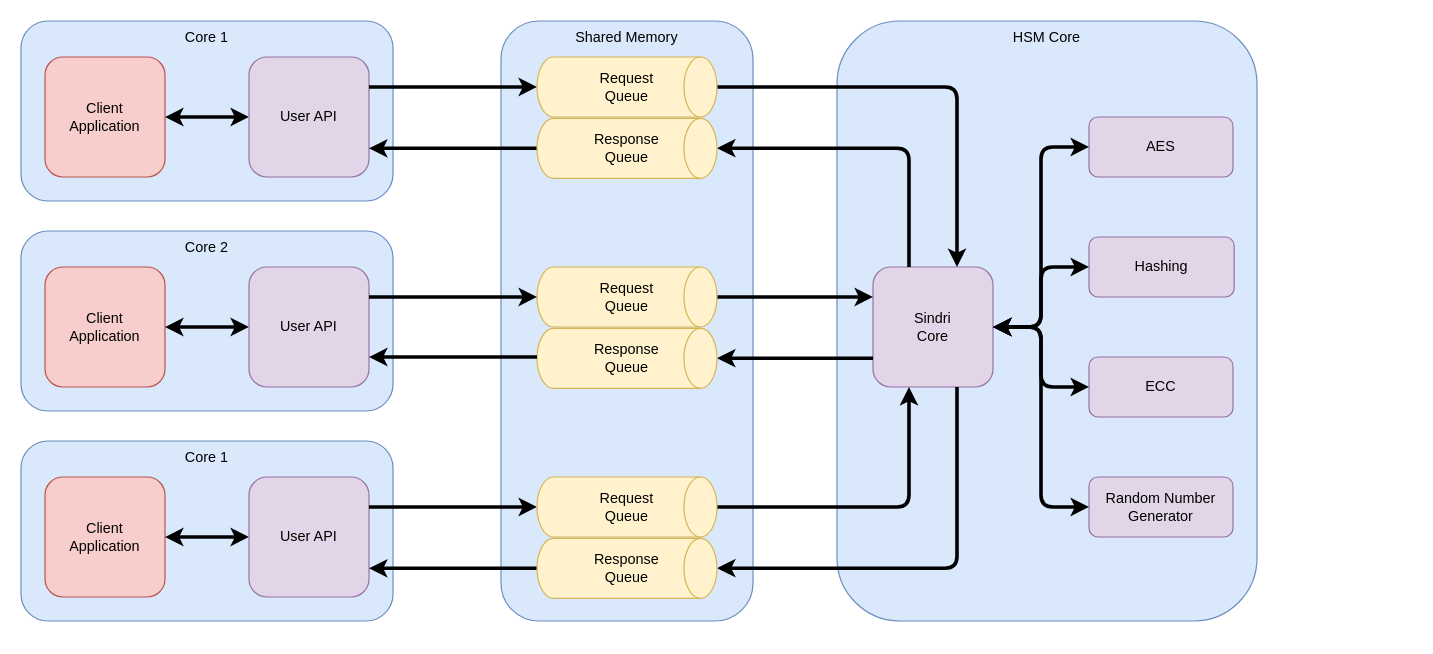
Before: doc/img/architecture.drawio in eclipse-heimlig/heimlig, a draw.io diagram. Source tidied: cells renumbered, new cells numbered last; positions are measured from the earlier drawing's top-left corner, leaving out a move shared by most shapes. Both pictures are drawn from the tidied source at 120%, with x=0, y=0 at pixel (20, 20).
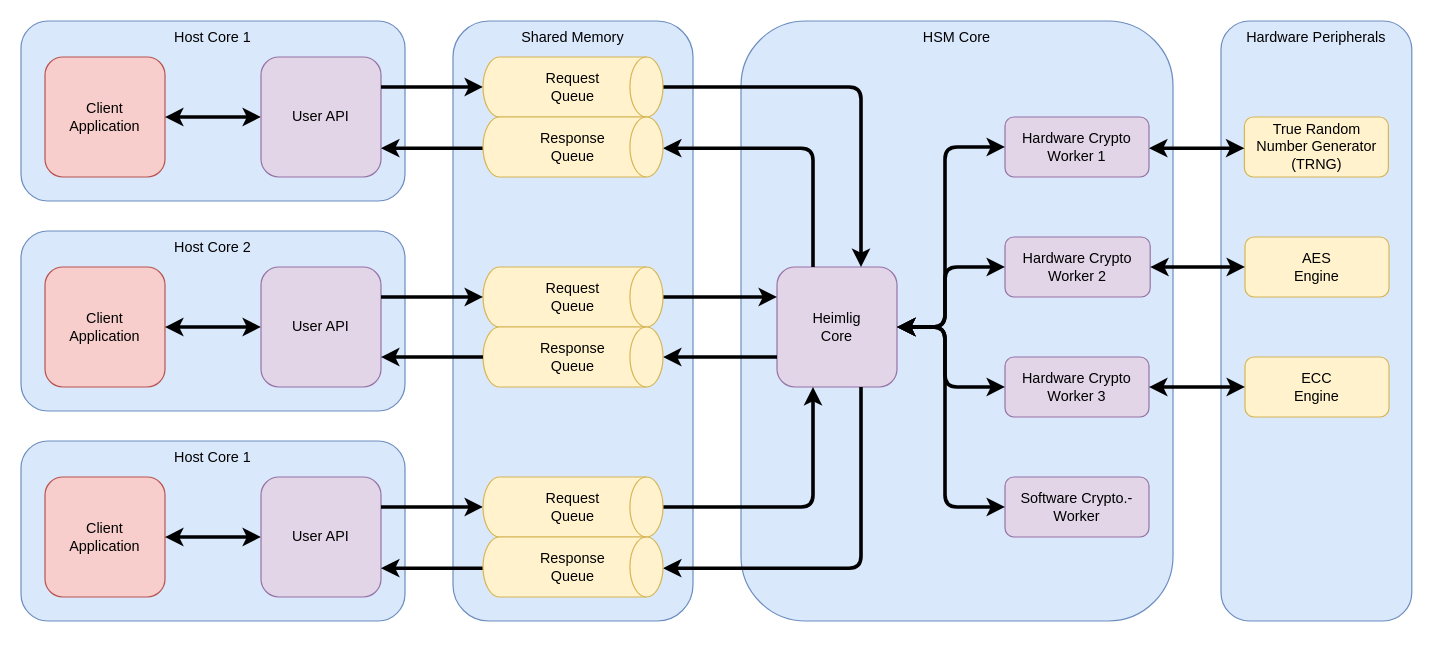
After the change.

The edit, as a diff of the source:
```diff
@@
+    <mxCell id="47" value="Hardware Peripherals" style="rounded=1;whiteSpace=wrap;html=1;fillColor=#dae8fc;strokeColor=#6c8ebf;verticalAlign=top;" parent="1" vertex="1">
+      <mxGeometry x="1000" width="159" height="500" as="geometry" />
+    </mxCell>
-    <mxCell id="2" value="Core 1" style="rounded=1;whiteSpace=wrap;html=1;fillColor=#dae8fc;strokeColor=#6c8ebf;verticalAlign=top;" parent="1" vertex="1">
-      <mxGeometry width="310" height="150" as="geometry" />
+    <mxCell id="2" value="Host Core 1" style="rounded=1;whiteSpace=wrap;html=1;fillColor=#dae8fc;strokeColor=#6c8ebf;verticalAlign=top;" parent="1" vertex="1">
+      <mxGeometry width="320" height="150" as="geometry" />
     </mxCell>
@@
     <mxCell id="6" value="User API" style="whiteSpace=wrap;html=1;fillColor=#e1d5e7;strokeColor=#9673a6;rounded=1;" parent="1" vertex="1">
-      <mxGeometry x="190" y="30" width="100" height="100" as="geometry" />
+      <mxGeometry x="200" y="30" width="100" height="100" as="geometry" />
     </mxCell>
     <mxCell id="7" value="HSM Core" style="rounded=1;whiteSpace=wrap;html=1;fillColor=#dae8fc;strokeColor=#6c8ebf;verticalAlign=top;" parent="1" vertex="1">
-      <mxGeometry x="680" width="350" height="500" as="geometry" />
+      <mxGeometry x="600" width="360" height="500" as="geometry" />
     </mxCell>
-    <mxCell id="8" value="Sindri&lt;br&gt;Core" style="whiteSpace=wrap;html=1;fillColor=#e1d5e7;strokeColor=#9673a6;rounded=1;" parent="1" vertex="1">
-      <mxGeometry x="710" y="205" width="100" height="100" as="geometry" />
+    <mxCell id="8" value="Heimlig&lt;br&gt;Core" style="whiteSpace=wrap;html=1;fillColor=#e1d5e7;strokeColor=#9673a6;rounded=1;" parent="1" vertex="1">
+      <mxGeometry x="630" y="205" width="100" height="100" as="geometry" />
     </mxCell>
-    <mxCell id="9" value="AES" style="rounded=1;whiteSpace=wrap;html=1;fillColor=#e1d5e7;strokeColor=#9673a6;" parent="1" vertex="1">
-      <mxGeometry x="890" y="80" width="120" height="50" as="geometry" />
+    <mxCell id="9" value="Hardware Crypto Worker 1" style="rounded=1;whiteSpace=wrap;html=1;fillColor=#e1d5e7;strokeColor=#9673a6;" parent="1" vertex="1">
+      <mxGeometry x="820" y="80" width="120" height="50" as="geometry" />
     </mxCell>
-    <mxCell id="10" value="Hashing" style="rounded=1;whiteSpace=wrap;html=1;fillColor=#e1d5e7;strokeColor=#9673a6;" parent="1" vertex="1">
-      <mxGeometry x="890" y="180" width="121" height="50" as="geometry" />
+    <mxCell id="10" value="Hardware Crypto Worker 2" style="rounded=1;whiteSpace=wrap;html=1;fillColor=#e1d5e7;strokeColor=#9673a6;" parent="1" vertex="1">
+      <mxGeometry x="820" y="180" width="121" height="50" as="geometry" />
     </mxCell>
-    <mxCell id="11" value="ECC" style="rounded=1;whiteSpace=wrap;html=1;fillColor=#e1d5e7;strokeColor=#9673a6;" parent="1" vertex="1">
-      <mxGeometry x="890" y="280" width="120" height="50" as="geometry" />
+    <mxCell id="11" value="Hardware Crypto Worker 3" style="rounded=1;whiteSpace=wrap;html=1;fillColor=#e1d5e7;strokeColor=#9673a6;" parent="1" vertex="1">
+      <mxGeometry x="820" y="280" width="120" height="50" as="geometry" />
     </mxCell>
-    <mxCell id="12" value="Random Number Generator" style="rounded=1;whiteSpace=wrap;html=1;fillColor=#e1d5e7;strokeColor=#9673a6;" parent="1" vertex="1">
-      <mxGeometry x="890" y="380" width="120" height="50" as="geometry" />
+    <mxCell id="12" value="Software Crypto.-Worker" style="rounded=1;whiteSpace=wrap;html=1;fillColor=#e1d5e7;strokeColor=#9673a6;" parent="1" vertex="1">
+      <mxGeometry x="820" y="380" width="120" height="50" as="geometry" />
     </mxCell>
@@
     <mxCell id="14" style="endArrow=classic;html=1;strokeWidth=3;edgeStyle=orthogonalEdgeStyle;startArrow=classic;startFill=1;rounded=1;" parent="1" edge="1" source="9" target="8">
       <mxGeometry relative="1" as="geometry">
         <Array as="points">
-          <mxPoint x="850" y="105" />
-          <mxPoint x="850" y="255" />
+          <mxPoint x="770" y="105" />
+          <mxPoint x="770" y="255" />
         </Array>
       </mxGeometry>
     </mxCell>
     <mxCell id="15" value="Shared Memory" style="rounded=1;whiteSpace=wrap;html=1;fillColor=#dae8fc;strokeColor=#6c8ebf;verticalAlign=top;" parent="1" vertex="1">
-      <mxGeometry x="400" width="210" height="500" as="geometry" />
+      <mxGeometry x="360" width="200" height="500" as="geometry" />
     </mxCell>
@@
     <mxCell id="18" style="endArrow=classic;html=1;rounded=1;edgeStyle=orthogonalEdgeStyle;strokeWidth=3;" parent="1" edge="1" source="27" target="8">
       <mxGeometry relative="1" as="geometry">
         <Array as="points">
-          <mxPoint x="780" y="55" />
+          <mxPoint x="700" y="55" />
         </Array>
       </mxGeometry>
     </mxCell>
     <mxCell id="19" style="endArrow=classic;html=1;rounded=1;edgeStyle=orthogonalEdgeStyle;strokeWidth=3;" parent="1" edge="1" source="29" target="8">
       <mxGeometry relative="1" as="geometry">
         <Array as="points">
-          <mxPoint x="670" y="230" />
-          <mxPoint x="670" y="230" />
+          <mxPoint x="630" y="230" />
+          <mxPoint x="630" y="230" />
         </Array>
       </mxGeometry>
     </mxCell>
-    <mxCell id="20" style="endArrow=classic;html=1;rounded=1;edgeStyle=orthogonalEdgeStyle;strokeWidth=3;" parent="1" edge="1" source="8" target="30">
+    <mxCell id="20" style="endArrow=classic;html=1;rounded=1;edgeStyle=orthogonalEdgeStyle;strokeWidth=3;entryX=1;entryY=0.5;entryDx=0;entryDy=0;entryPerimeter=0;" parent="1" edge="1" source="8" target="30">
       <mxGeometry relative="1" as="geometry">
         <Array as="points">
-          <mxPoint x="680" y="281" />
-          <mxPoint x="680" y="281" />
+          <mxPoint x="610" y="280" />
+          <mxPoint x="610" y="280" />
         </Array>
       </mxGeometry>
     </mxCell>
     <mxCell id="21" style="endArrow=classic;html=1;rounded=1;strokeWidth=3;edgeStyle=orthogonalEdgeStyle;" parent="1" edge="1" source="8" target="28">
       <mxGeometry relative="1" as="geometry">
         <Array as="points">
-          <mxPoint x="740" y="106" />
+          <mxPoint x="660" y="106" />
         </Array>
       </mxGeometry>
     </mxCell>
     <mxCell id="22" style="endArrow=classic;html=1;rounded=1;strokeWidth=3;edgeStyle=orthogonalEdgeStyle;" parent="1" edge="1" source="45" target="8">
       <mxGeometry relative="1" as="geometry">
         <Array as="points">
-          <mxPoint x="740" y="405" />
+          <mxPoint x="660" y="405" />
         </Array>
       </mxGeometry>
     </mxCell>
     <mxCell id="23" style="endArrow=classic;html=1;rounded=1;strokeWidth=3;edgeStyle=orthogonalEdgeStyle;" parent="1" edge="1" source="8" target="46">
       <mxGeometry relative="1" as="geometry">
         <Array as="points">
-          <mxPoint x="780" y="456" />
+          <mxPoint x="700" y="456" />
         </Array>
       </mxGeometry>
     </mxCell>
     <mxCell id="24" style="endArrow=classic;html=1;strokeWidth=3;edgeStyle=orthogonalEdgeStyle;startArrow=classic;startFill=1;rounded=1;" parent="1" edge="1" source="10" target="8">
       <mxGeometry relative="1" as="geometry">
         <Array as="points">
-          <mxPoint x="850" y="205" />
-          <mxPoint x="850" y="255" />
+          <mxPoint x="770" y="205" />
+          <mxPoint x="770" y="255" />
         </Array>
       </mxGeometry>
     </mxCell>
     <mxCell id="25" style="endArrow=classic;html=1;strokeWidth=3;edgeStyle=orthogonalEdgeStyle;startArrow=classic;startFill=1;rounded=1;" parent="1" edge="1" source="11" target="8">
       <mxGeometry relative="1" as="geometry">
         <Array as="points">
-          <mxPoint x="850" y="305" />
-          <mxPoint x="850" y="255" />
+          <mxPoint x="770" y="305" />
+          <mxPoint x="770" y="255" />
         </Array>
       </mxGeometry>
     </mxCell>
     <mxCell id="26" style="endArrow=classic;html=1;strokeWidth=3;edgeStyle=orthogonalEdgeStyle;startArrow=classic;startFill=1;rounded=1;" parent="1" edge="1" source="12" target="8">
       <mxGeometry relative="1" as="geometry">
         <Array as="points">
-          <mxPoint x="850" y="405" />
-          <mxPoint x="850" y="255" />
+          <mxPoint x="770" y="405" />
+          <mxPoint x="770" y="255" />
         </Array>
       </mxGeometry>
     </mxCell>
     <mxCell id="27" value="Request&lt;br&gt;Queue" style="strokeWidth=1;html=1;shape=mxgraph.flowchart.direct_data;whiteSpace=wrap;rounded=0;fillColor=#fff2cc;strokeColor=#d6b656;" parent="1" vertex="1">
-      <mxGeometry x="430" y="30" width="150" height="50" as="geometry" />
+      <mxGeometry x="385" y="30" width="150" height="50" as="geometry" />
     </mxCell>
     <mxCell id="28" value="Response&lt;br&gt;Queue" style="strokeWidth=1;html=1;shape=mxgraph.flowchart.direct_data;whiteSpace=wrap;rounded=0;fillColor=#fff2cc;strokeColor=#d6b656;" parent="1" vertex="1">
-      <mxGeometry x="430" y="81.1" width="150" height="50" as="geometry" />
+      <mxGeometry x="385" y="80" width="150" height="50" as="geometry" />
     </mxCell>
     <mxCell id="29" value="Request&lt;br&gt;Queue" style="strokeWidth=1;html=1;shape=mxgraph.flowchart.direct_data;whiteSpace=wrap;rounded=0;fillColor=#fff2cc;strokeColor=#d6b656;" parent="1" vertex="1">
-      <mxGeometry x="430" y="205" width="150" height="50" as="geometry" />
+      <mxGeometry x="385" y="205" width="150" height="50" as="geometry" />
     </mxCell>
     <mxCell id="30" value="Response&lt;br&gt;Queue" style="strokeWidth=1;html=1;shape=mxgraph.flowchart.direct_data;whiteSpace=wrap;rounded=0;fillColor=#fff2cc;strokeColor=#d6b656;" parent="1" vertex="1">
-      <mxGeometry x="430" y="256.1" width="150" height="50" as="geometry" />
+      <mxGeometry x="385" y="255" width="150" height="50" as="geometry" />
     </mxCell>
-    <mxCell id="31" value="Core 2" style="rounded=1;whiteSpace=wrap;html=1;fillColor=#dae8fc;strokeColor=#6c8ebf;verticalAlign=top;" parent="1" vertex="1">
-      <mxGeometry y="175" width="310" height="150" as="geometry" />
+    <mxCell id="31" value="Host&amp;nbsp;Core 2" style="rounded=1;whiteSpace=wrap;html=1;fillColor=#dae8fc;strokeColor=#6c8ebf;verticalAlign=top;" parent="1" vertex="1">
+      <mxGeometry y="175" width="320" height="150" as="geometry" />
     </mxCell>
@@
     <mxCell id="35" value="User API" style="whiteSpace=wrap;html=1;fillColor=#e1d5e7;strokeColor=#9673a6;rounded=1;" parent="1" vertex="1">
-      <mxGeometry x="190" y="205" width="100" height="100" as="geometry" />
+      <mxGeometry x="200" y="205" width="100" height="100" as="geometry" />
     </mxCell>
@@
-    <mxCell id="38" value="Core 1" style="rounded=1;whiteSpace=wrap;html=1;fillColor=#dae8fc;strokeColor=#6c8ebf;verticalAlign=top;" parent="1" vertex="1">
-      <mxGeometry y="350" width="310" height="150" as="geometry" />
+    <mxCell id="38" value="Host&amp;nbsp;Core 1" style="rounded=1;whiteSpace=wrap;html=1;fillColor=#dae8fc;strokeColor=#6c8ebf;verticalAlign=top;" parent="1" vertex="1">
+      <mxGeometry y="350" width="320" height="150" as="geometry" />
     </mxCell>
@@
     <mxCell id="42" value="User API" style="whiteSpace=wrap;html=1;fillColor=#e1d5e7;strokeColor=#9673a6;rounded=1;" parent="1" vertex="1">
-      <mxGeometry x="190" y="380" width="100" height="100" as="geometry" />
+      <mxGeometry x="200" y="380" width="100" height="100" as="geometry" />
     </mxCell>
@@
     <mxCell id="45" value="Request&lt;br&gt;Queue" style="strokeWidth=1;html=1;shape=mxgraph.flowchart.direct_data;whiteSpace=wrap;rounded=0;fillColor=#fff2cc;strokeColor=#d6b656;" parent="1" vertex="1">
-      <mxGeometry x="430" y="380" width="150" height="50" as="geometry" />
+      <mxGeometry x="385" y="380" width="150" height="50" as="geometry" />
     </mxCell>
     <mxCell id="46" value="Response&lt;br&gt;Queue" style="strokeWidth=1;html=1;shape=mxgraph.flowchart.direct_data;whiteSpace=wrap;rounded=0;fillColor=#fff2cc;strokeColor=#d6b656;" parent="1" vertex="1">
-      <mxGeometry x="430" y="431.1" width="150" height="50" as="geometry" />
+      <mxGeometry x="385" y="430" width="150" height="50" as="geometry" />
     </mxCell>
+    <mxCell id="48" value="True Random Number Generator&lt;br&gt;(TRNG)" style="rounded=1;whiteSpace=wrap;html=1;fillColor=#fff2cc;strokeColor=#d6b656;" parent="1" vertex="1">
+      <mxGeometry x="1019.5" y="80" width="120" height="50" as="geometry" />
+    </mxCell>
+    <mxCell id="49" value="AES&lt;br&gt;Engine" style="rounded=1;whiteSpace=wrap;html=1;fillColor=#fff2cc;strokeColor=#d6b656;" parent="1" vertex="1">
+      <mxGeometry x="1020" y="180" width="120" height="50" as="geometry" />
+    </mxCell>
+    <mxCell id="50" value="ECC&lt;br&gt;Engine" style="rounded=1;whiteSpace=wrap;html=1;fillColor=#fff2cc;strokeColor=#d6b656;" parent="1" vertex="1">
+      <mxGeometry x="1020" y="280" width="120" height="50" as="geometry" />
+    </mxCell>
+    <mxCell id="51" style="endArrow=classic;html=1;rounded=1;edgeStyle=orthogonalEdgeStyle;strokeWidth=3;startArrow=classic;startFill=1;" parent="1" edge="1" source="9" target="48">
+      <mxGeometry relative="1" as="geometry">
+        <Array as="points">
+          <mxPoint x="960" y="106" />
+          <mxPoint x="960" y="106" />
+        </Array>
+      </mxGeometry>
+    </mxCell>
+    <mxCell id="52" style="endArrow=classic;html=1;rounded=1;edgeStyle=orthogonalEdgeStyle;strokeWidth=3;startArrow=classic;startFill=1;" parent="1" edge="1" source="10" target="49">
+      <mxGeometry relative="1" as="geometry">
+        <Array as="points">
+          <mxPoint x="980" y="205" />
+          <mxPoint x="980" y="205" />
+        </Array>
+      </mxGeometry>
+    </mxCell>
+    <mxCell id="53" style="endArrow=classic;html=1;rounded=1;edgeStyle=orthogonalEdgeStyle;strokeWidth=3;startArrow=classic;startFill=1;" parent="1" edge="1" source="11" target="50">
+      <mxGeometry relative="1" as="geometry">
+        <Array as="points">
+          <mxPoint x="970" y="305" />
+          <mxPoint x="970" y="305" />
+        </Array>
+      </mxGeometry>
+    </mxCell>
```
